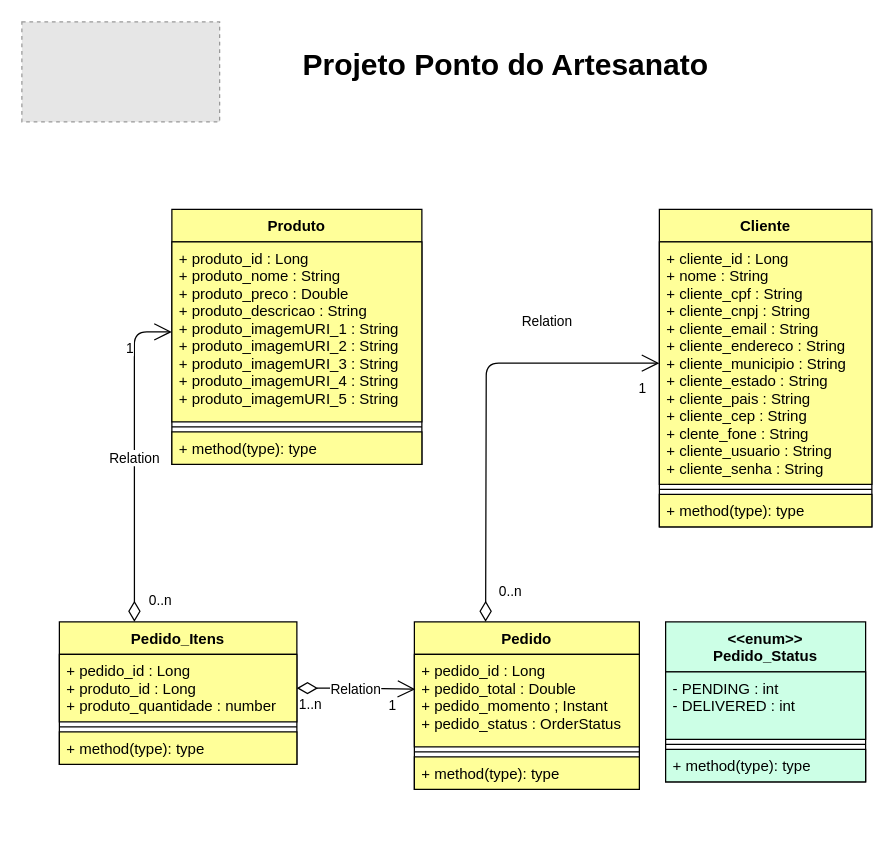
OrestesAraujo-Star/ponto-do-artesanato keeps this draw.io diagram as Documentação/Diagrama Ponto do Artesanato.drawio. Above is the earlier version. Source tidied: cells renumbered, new cells numbered last; positions are measured from the earlier drawing's top-left corner, leaving out a move shared by most shapes. Both pictures are drawn from the tidied source at 125%, with x=0, y=0 at pixel (21, 21). Pictures stored in the file or linked from it are replaced by grey dashed boxes.
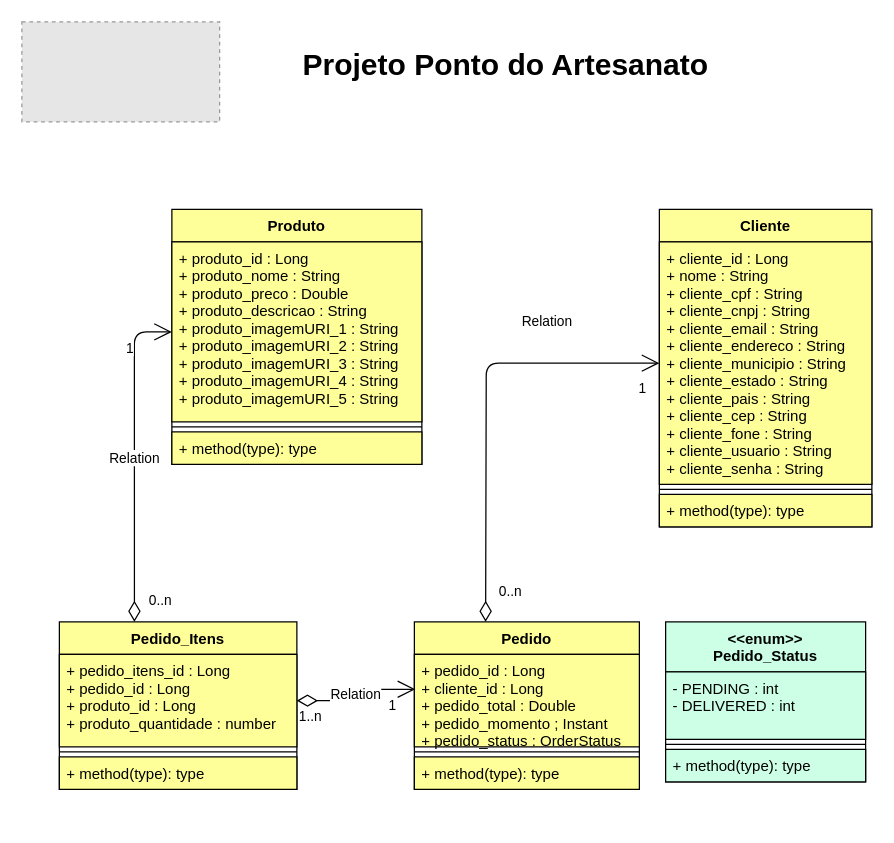
The same page after the edit.

Unchanged cells that the change refers to:
```xml
<mxCell id="3" value="Cliente" style="swimlane;fontStyle=1;align=center;verticalAlign=top;horizontal=1;startSize=26;fillColor=#FFFF99;" parent="1" vertex="1">
  <mxGeometry x="510" y="150" width="170" height="254" as="geometry" />
</mxCell>
<mxCell id="11" value="Pedido" style="swimlane;fontStyle=1;align=center;verticalAlign=top;horizontal=1;startSize=26;fillColor=#FFFF99;" parent="1" vertex="1">
  <mxGeometry x="314" y="480" width="180" height="134" as="geometry" />
</mxCell>
```

The edit, as a diff of the source:
```diff
@@
-    <mxCell id="4" value="+ cliente_id : Long&#10;+ nome : String&#10;+ cliente_cpf : String&#10;+ cliente_cnpj : String&#10;+ cliente_email : String&#10;+ cliente_endereco : String&#10;+ cliente_municipio : String&#10;+ cliente_estado : String&#10;+ cliente_pais : String&#10;+ cliente_cep : String&#10;+ clente_fone : String&#10;+ cliente_usuario : String&#10;+ cliente_senha : String" style="text;fillColor=#FFFF99;align=left;verticalAlign=top;spacingLeft=4;spacingRight=4;overflow=hidden;points=[[0,0.5],[1,0.5]];portConstraint=eastwest;strokeColor=#000000;" parent="3" vertex="1">
+    <mxCell id="4" value="+ cliente_id : Long&#10;+ nome : String&#10;+ cliente_cpf : String&#10;+ cliente_cnpj : String&#10;+ cliente_email : String&#10;+ cliente_endereco : String&#10;+ cliente_municipio : String&#10;+ cliente_estado : String&#10;+ cliente_pais : String&#10;+ cliente_cep : String&#10;+ cliente_fone : String&#10;+ cliente_usuario : String&#10;+ cliente_senha : String" style="text;fillColor=#FFFF99;align=left;verticalAlign=top;spacingLeft=4;spacingRight=4;overflow=hidden;points=[[0,0.5],[1,0.5]];portConstraint=eastwest;strokeColor=#000000;" parent="3" vertex="1">
       <mxGeometry y="26" width="170" height="194" as="geometry" />
     </mxCell>
@@
-    <mxCell id="12" value="+ pedido_id : Long&#10;+ pedido_total : Double&#10;+ pedido_momento ; Instant&#10;+ pedido_status : OrderStatus&#10;" style="text;fillColor=#FFFF99;align=left;verticalAlign=top;spacingLeft=4;spacingRight=4;overflow=hidden;points=[[0,0.5],[1,0.5]];portConstraint=eastwest;strokeColor=#000000;" parent="11" vertex="1">
+    <mxCell id="12" value="+ pedido_id : Long&#10;+ cliente_id : Long&#10;+ pedido_total : Double&#10;+ pedido_momento ; Instant&#10;+ pedido_status : OrderStatus&#10;" style="text;fillColor=#FFFF99;align=left;verticalAlign=top;spacingLeft=4;spacingRight=4;overflow=hidden;points=[[0,0.5],[1,0.5]];portConstraint=eastwest;strokeColor=#000000;" parent="11" vertex="1">
       <mxGeometry y="26" width="180" height="74" as="geometry" />
     </mxCell>
@@
     <mxCell id="19" value="Pedido_Itens&#10;" style="swimlane;fontStyle=1;align=center;verticalAlign=top;horizontal=1;startSize=26;fillColor=#FFFF99;" parent="1" vertex="1">
-      <mxGeometry x="30" y="480" width="190" height="114" as="geometry" />
+      <mxGeometry x="30" y="480" width="190" height="134" as="geometry" />
     </mxCell>
-    <mxCell id="20" value="+ pedido_id : Long&#10;+ produto_id : Long&#10;+ produto_quantidade : number&#10;" style="text;fillColor=#FFFF99;align=left;verticalAlign=top;spacingLeft=4;spacingRight=4;overflow=hidden;points=[[0,0.5],[1,0.5]];portConstraint=eastwest;strokeColor=#000000;" parent="19" vertex="1">
-      <mxGeometry y="26" width="190" height="54" as="geometry" />
+    <mxCell id="20" value="+ pedido_itens_id : Long&#10;+ pedido_id : Long&#10;+ produto_id : Long&#10;+ produto_quantidade : number&#10;" style="text;fillColor=#FFFF99;align=left;verticalAlign=top;spacingLeft=4;spacingRight=4;overflow=hidden;points=[[0,0.5],[1,0.5]];portConstraint=eastwest;strokeColor=#000000;" parent="19" vertex="1">
+      <mxGeometry y="26" width="190" height="74" as="geometry" />
     </mxCell>
     <mxCell id="21" style="line;strokeWidth=1;fillColor=#FFFF99;align=left;verticalAlign=middle;spacingTop=-1;spacingLeft=3;spacingRight=3;labelPosition=right;" parent="19" vertex="1">
-      <mxGeometry y="80" width="190" height="8" as="geometry" />
+      <mxGeometry y="100" width="190" height="8" as="geometry" />
     </mxCell>
     <mxCell id="22" value="+ method(type): type" style="text;fillColor=#FFFF99;align=left;verticalAlign=top;spacingLeft=4;spacingRight=4;overflow=hidden;strokeColor=#000000;" parent="19" vertex="1">
-      <mxGeometry y="88" width="190" height="26" as="geometry" />
+      <mxGeometry y="108" width="190" height="26" as="geometry" />
     </mxCell>
```
